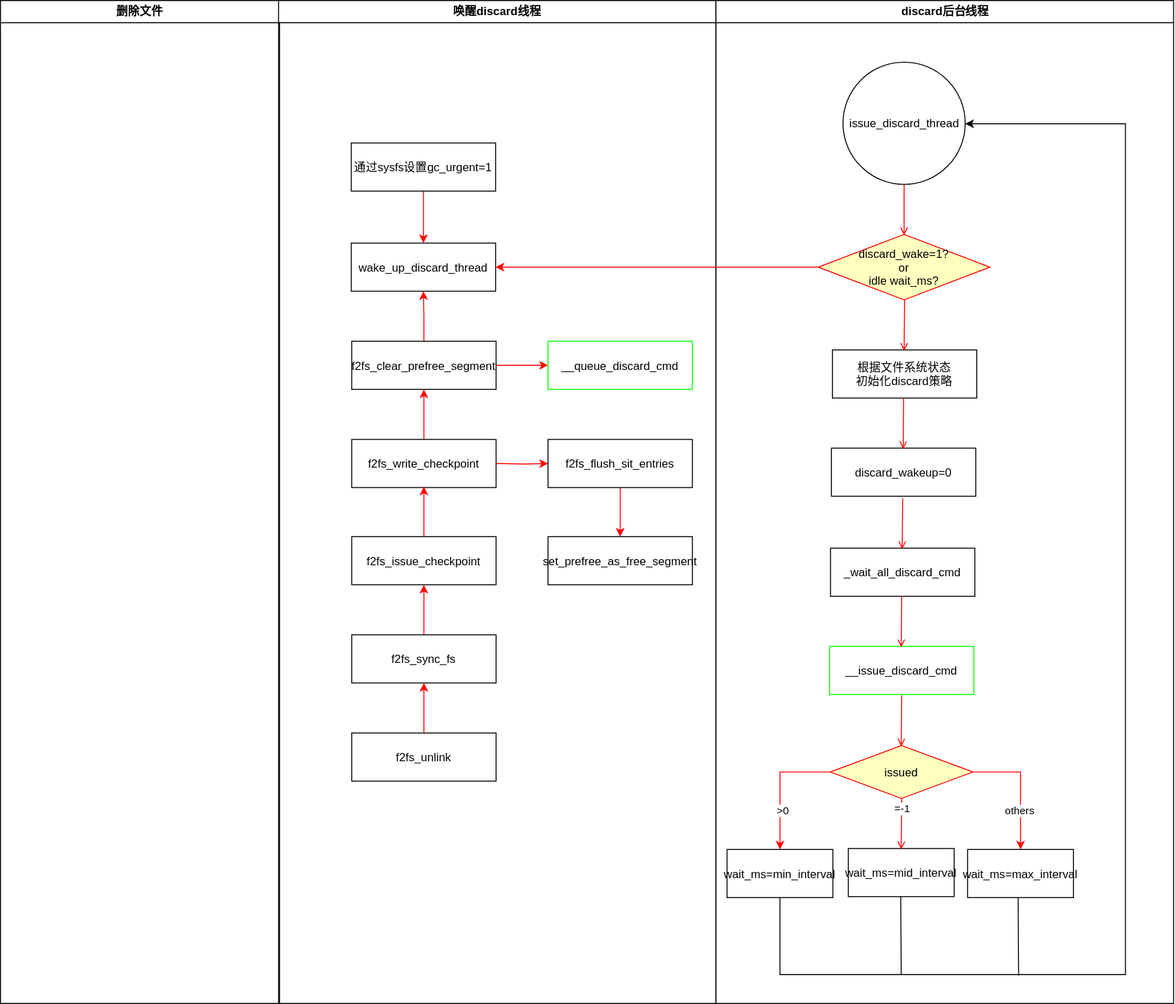
Above: f2fs_discard流程图.drawio.svg in lz111676/Drawing-Bed (draw.io), before the change. Source tidied: cells renumbered, new cells last; positions are measured from the earlier drawing's top-left corner, leaving out a move shared by most shapes.
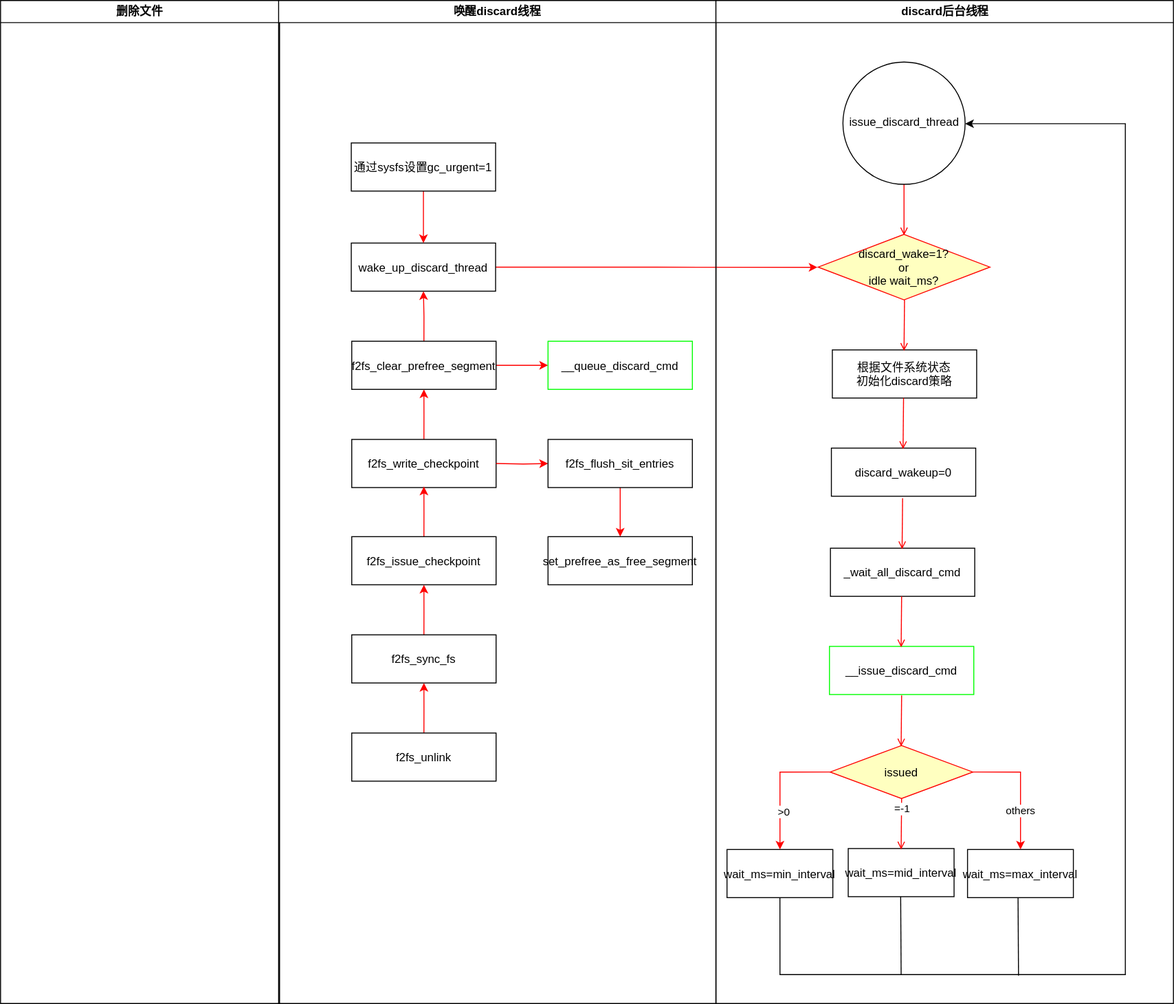
After the commit.

Commit message:
更新f2fs_discard流程图.drawio.svg

What changed in the source:
```diff
@@ -8,6 +8,11 @@
     <mxCell id="3" value="唤醒discard线程" style="swimlane;whiteSpace=wrap;" parent="1" vertex="1">
       <mxGeometry x="289" width="454.5" height="1042" as="geometry" />
     </mxCell>
+    <mxCell id="50" style="edgeStyle=orthogonalEdgeStyle;rounded=0;jettySize=auto;html=1;exitX=1;exitY=0.5;exitDx=0;exitDy=0;strokeColor=#FF0000;" parent="3" edge="1" source="4">
+      <mxGeometry relative="1" as="geometry">
+        <mxPoint x="560" y="277.2" as="targetPoint" />
+      </mxGeometry>
+    </mxCell>
     <mxCell id="4" value="wake_up_discard_thread" parent="3" vertex="1">
       <mxGeometry x="75.5" y="252" width="150" height="50" as="geometry" />
     </mxCell>
@@ -137,9 +142,6 @@
     <mxCell id="35" value="f2fs_clear_prefree_segment" parent="1" vertex="1">
       <mxGeometry x="365" y="354" width="150" height="50" as="geometry" />
     </mxCell>
-    <mxCell id="36" style="edgeStyle=orthogonalEdgeStyle;rounded=0;jettySize=auto;html=1;exitX=0;exitY=0.5;exitDx=0;exitDy=0;entryX=1;entryY=0.5;entryDx=0;entryDy=0;strokeColor=#FF0000;" parent="1" edge="1" source="10" target="4">
-      <mxGeometry relative="1" as="geometry" />
-    </mxCell>
     <mxCell id="37" style="edgeStyle=orthogonalEdgeStyle;rounded=0;jettySize=auto;html=1;exitX=0.5;exitY=0;exitDx=0;exitDy=0;entryX=0.5;entryY=1;entryDx=0;entryDy=0;strokeColor=#FF0000;" parent="1" edge="1" source="38">
       <mxGeometry relative="1" as="geometry">
         <mxPoint x="440" y="404" as="targetPoint" />
```
